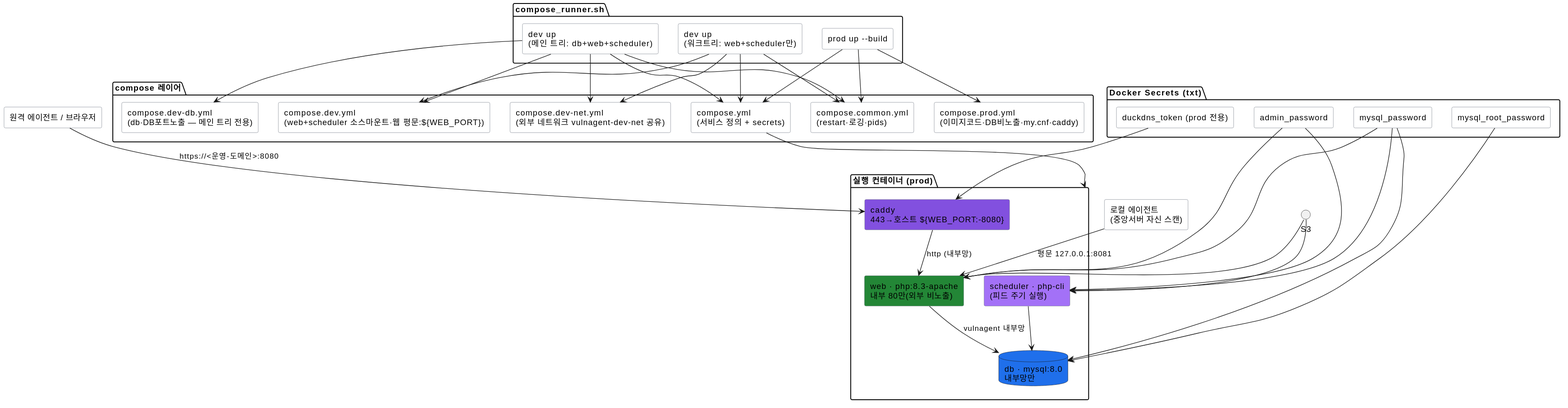
This is docs/specs/diagrams/배포구성.svg from JeongDoWook/vuln-agent, a PlantUML export, as it was before one commit.
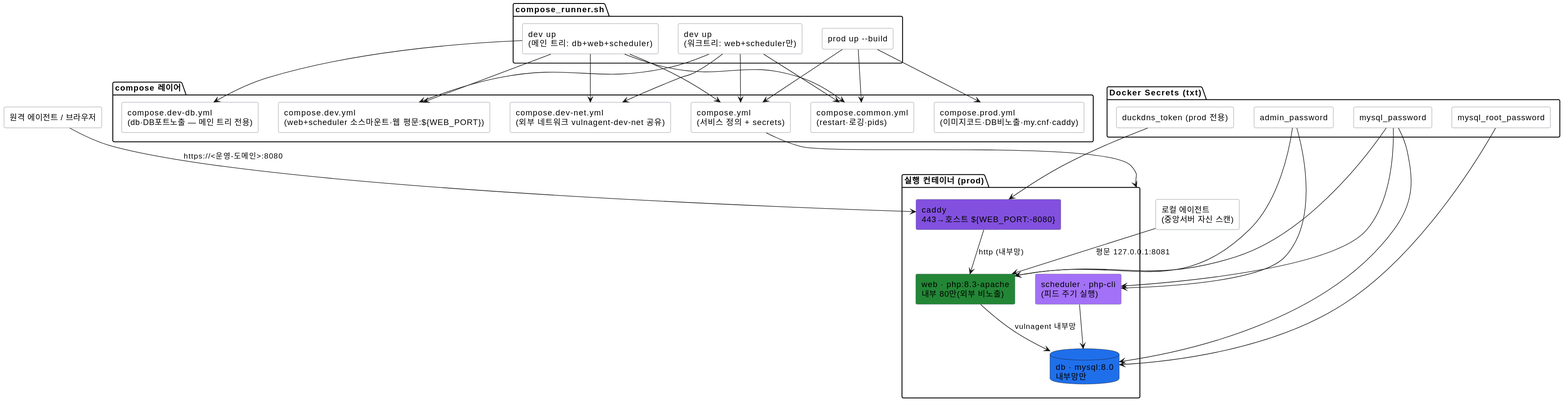
The same file after the commit.

What changed in the source:
```diff
@@ -55,10 +55,8 @@
 
 S5 --> CADDY
 S2 --> WC
-S3 --> WC
 S4 --> WC
 S2 --> SCH
-S3 --> SCH
 S4 --> SCH
 S1 --> DC
 S2 --> DC
```
